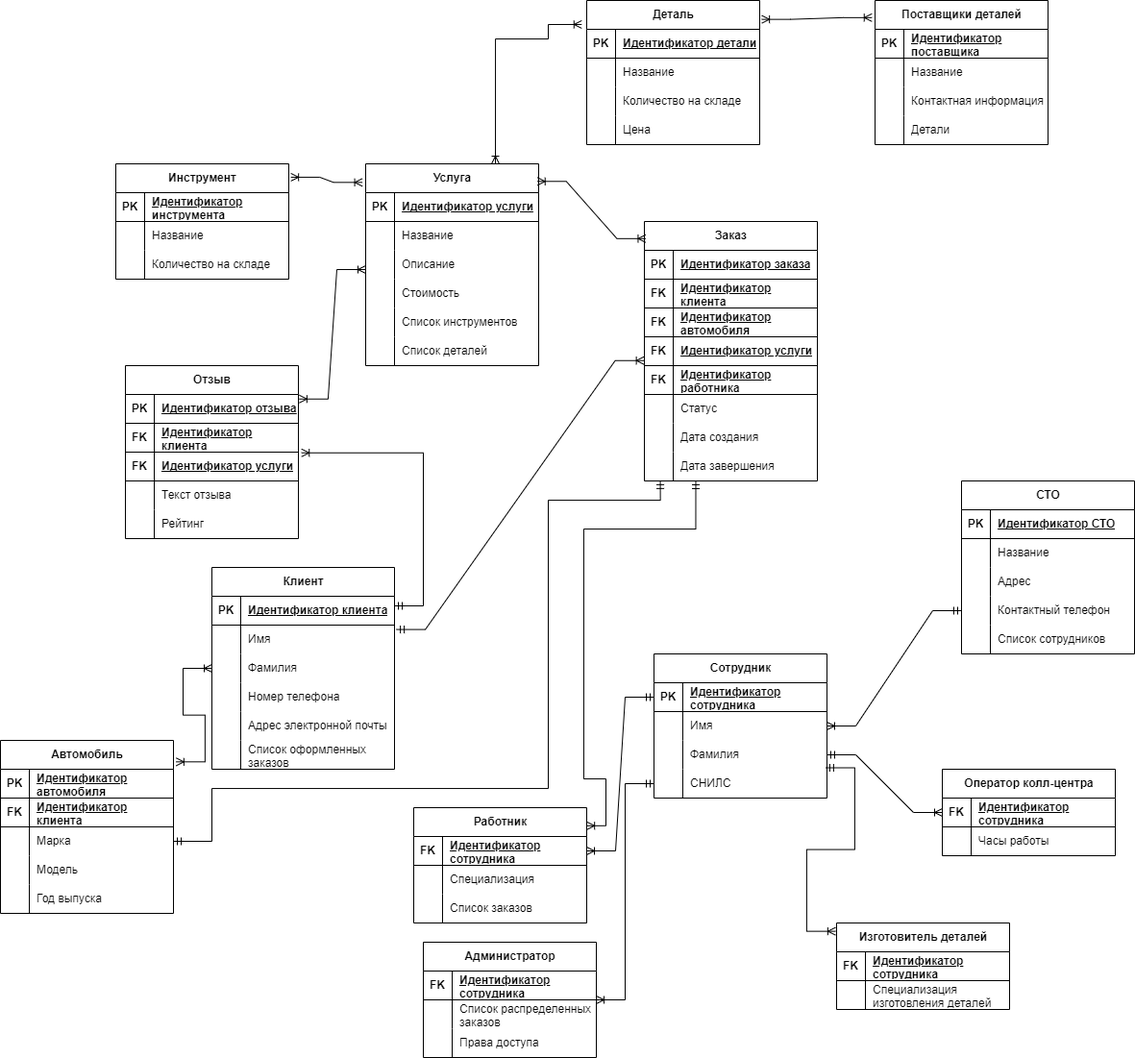
Before: Семестр 5/ИСБД/курсовая/этап2/infological.drawio.png, a diagram exported from draw.io (Ivanio1/itmo-3course). Source tidied: cells renumbered, new cells last; positions are measured from the earlier drawing's top-left corner, leaving out a move shared by most shapes.
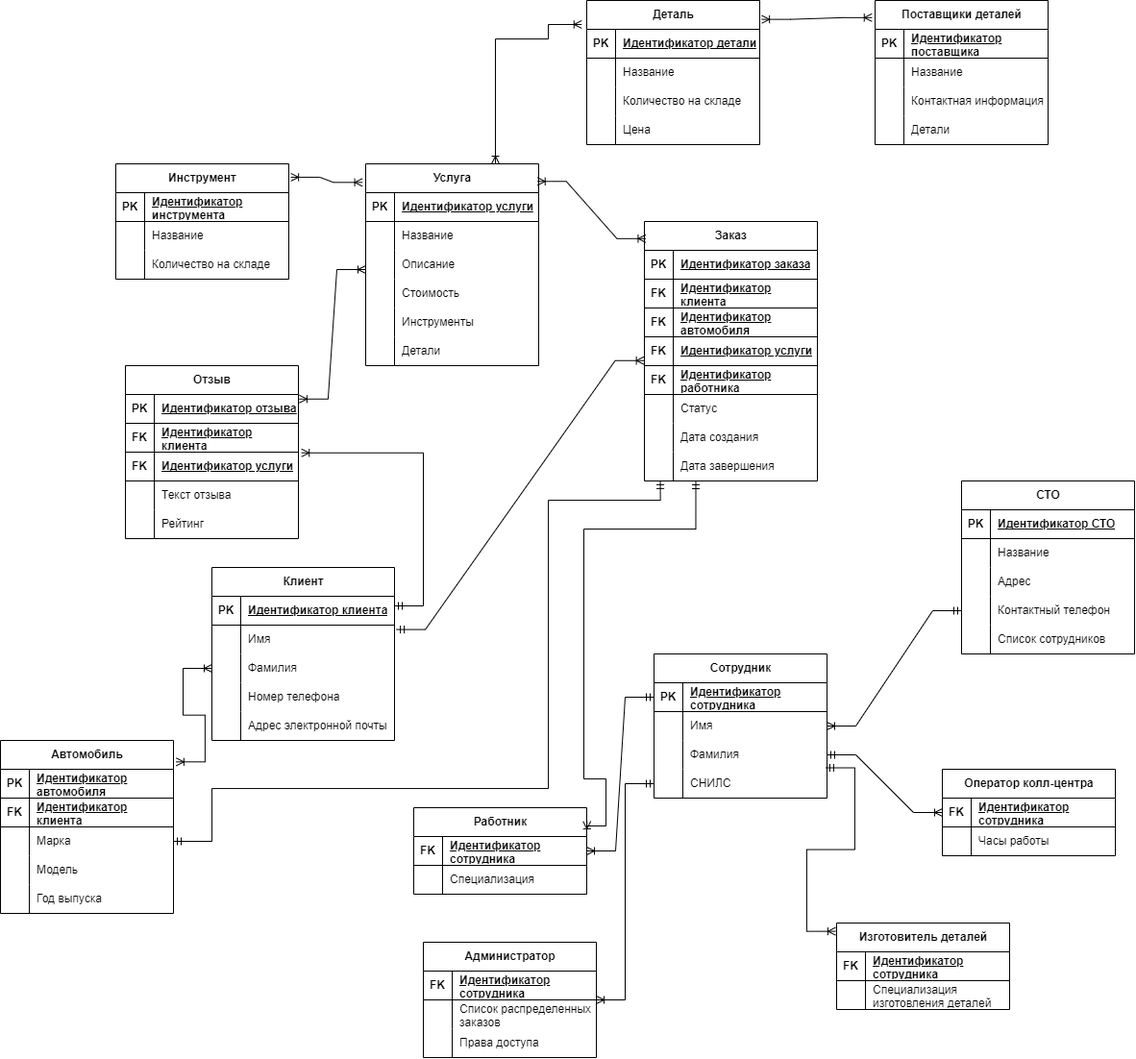
Later version of the same file.

Change to the diagram source:
```diff
@@ -42,7 +42,7 @@
       <mxGeometry x="30" width="150" height="30" as="geometry" />
     </mxCell>
     <mxCell id="15" value="Клиент" style="shape=table;startSize=30;rowLines=0;fontStyle=1;align=center;html=1;" parent="1" vertex="1">
-      <mxGeometry x="220" y="590" width="190" height="210" as="geometry" />
+      <mxGeometry x="220" y="590" width="190" height="180" as="geometry" />
     </mxCell>
     <mxCell id="16" style="shape=tableRow;horizontal=0;startSize=0;swimlaneHead=0;swimlaneBody=0;fillColor=none;top=0;left=0;right=0;bottom=1;" parent="15" vertex="1">
       <mxGeometry y="30" width="190" height="30" as="geometry" />
@@ -89,17 +89,8 @@
     <mxCell id="30" value="Адрес электронной почты" style="shape=partialRectangle;fillColor=none;top=0;left=0;bottom=0;right=0;align=left;spacingLeft=6;overflow=hidden;whiteSpace=wrap;html=1;" parent="28" vertex="1">
       <mxGeometry x="30" width="160" height="30" as="geometry" />
     </mxCell>
-    <mxCell id="31" style="shape=tableRow;horizontal=0;startSize=0;swimlaneHead=0;swimlaneBody=0;fillColor=none;top=0;left=0;right=0;bottom=0;" parent="15" vertex="1">
-      <mxGeometry y="180" width="190" height="30" as="geometry" />
-    </mxCell>
-    <mxCell id="32" style="shape=partialRectangle;fillColor=none;top=0;left=0;bottom=0;right=0;overflow=hidden;whiteSpace=wrap;html=1;" parent="31" vertex="1">
-      <mxGeometry width="30" height="30" as="geometry" />
-    </mxCell>
-    <mxCell id="33" value="Список оформленных заказов" style="shape=partialRectangle;fillColor=none;top=0;left=0;bottom=0;right=0;align=left;spacingLeft=6;overflow=hidden;whiteSpace=wrap;html=1;" parent="31" vertex="1">
-      <mxGeometry x="30" width="160" height="30" as="geometry" />
-    </mxCell>
     <mxCell id="34" value="Работник" style="shape=table;startSize=30;rowLines=0;fontStyle=1;align=center;html=1;" parent="1" vertex="1">
-      <mxGeometry x="430" y="840" width="180" height="120" as="geometry" />
+      <mxGeometry x="430" y="840" width="180" height="90" as="geometry" />
     </mxCell>
     <mxCell id="35" style="shape=tableRow;horizontal=0;startSize=0;swimlaneHead=0;swimlaneBody=0;fillColor=none;points=[[0,0.5],[1,0.5]];portConstraint=eastwest;top=0;left=0;right=0;bottom=1;" parent="34" vertex="1">
       <mxGeometry y="30" width="180" height="30" as="geometry" />
@@ -119,15 +110,6 @@
     <mxCell id="40" value="Специализация&lt;span id=&quot;docs-internal-guid-81fa8ec4-7fff-38d9-78bd-121a1038787f&quot;&gt;&lt;/span&gt;&lt;span id=&quot;docs-internal-guid-81fa8ec4-7fff-38d9-78bd-121a1038787f&quot;&gt;&lt;/span&gt;&lt;span id=&quot;docs-internal-guid-81fa8ec4-7fff-38d9-78bd-121a1038787f&quot;&gt;&lt;/span&gt;" style="shape=partialRectangle;fillColor=none;top=0;left=0;bottom=0;right=0;align=left;spacingLeft=6;overflow=hidden;whiteSpace=wrap;html=1;" parent="38" vertex="1">
       <mxGeometry x="30" width="150" height="30" as="geometry" />
     </mxCell>
-    <mxCell id="41" style="shape=tableRow;horizontal=0;startSize=0;swimlaneHead=0;swimlaneBody=0;fillColor=none;top=0;left=0;right=0;bottom=0;" parent="34" vertex="1">
-      <mxGeometry y="90" width="180" height="30" as="geometry" />
-    </mxCell>
-    <mxCell id="42" style="shape=partialRectangle;fillColor=none;top=0;left=0;bottom=0;right=0;overflow=hidden;whiteSpace=wrap;html=1;" parent="41" vertex="1">
-      <mxGeometry width="30" height="30" as="geometry" />
-    </mxCell>
-    <mxCell id="43" value="Список заказов" style="shape=partialRectangle;fillColor=none;top=0;left=0;bottom=0;right=0;align=left;spacingLeft=6;overflow=hidden;whiteSpace=wrap;html=1;" parent="41" vertex="1">
-      <mxGeometry x="30" width="150" height="30" as="geometry" />
-    </mxCell>
     <mxCell id="44" style="edgeStyle=entityRelationEdgeStyle;fontSize=12;html=1;endArrow=ERoneToMany;startArrow=ERmandOne;rounded=0;entryX=1;entryY=0.5;entryDx=0;entryDy=0;exitX=0;exitY=0.5;exitDx=0;exitDy=0;" parent="1" edge="1" source="3" target="35">
       <mxGeometry relative="1" as="geometry">
         <Array as="points">
@@ -551,7 +533,7 @@
     <mxCell id="163" style="shape=partialRectangle;fillColor=none;top=0;left=0;bottom=0;right=0;overflow=hidden;whiteSpace=wrap;html=1;" parent="162" vertex="1">
       <mxGeometry width="30" height="30" as="geometry" />
     </mxCell>
-    <mxCell id="164" value="Список инструментов" style="shape=partialRectangle;fillColor=none;top=0;left=0;bottom=0;right=0;align=left;spacingLeft=6;overflow=hidden;whiteSpace=wrap;html=1;" parent="162" vertex="1">
+    <mxCell id="164" value="Инструменты" style="shape=partialRectangle;fillColor=none;top=0;left=0;bottom=0;right=0;align=left;spacingLeft=6;overflow=hidden;whiteSpace=wrap;html=1;" parent="162" vertex="1">
       <mxGeometry x="30" width="150" height="30" as="geometry" />
     </mxCell>
     <mxCell id="165" style="shape=tableRow;horizontal=0;startSize=0;swimlaneHead=0;swimlaneBody=0;fillColor=none;top=0;left=0;right=0;bottom=0;" parent="149" vertex="1">
@@ -560,7 +542,7 @@
     <mxCell id="166" style="shape=partialRectangle;fillColor=none;top=0;left=0;bottom=0;right=0;overflow=hidden;whiteSpace=wrap;html=1;" parent="165" vertex="1">
       <mxGeometry width="30" height="30" as="geometry" />
     </mxCell>
-    <mxCell id="167" value="Список деталей" style="shape=partialRectangle;fillColor=none;top=0;left=0;bottom=0;right=0;align=left;spacingLeft=6;overflow=hidden;whiteSpace=wrap;html=1;" parent="165" vertex="1">
+    <mxCell id="167" value="Детали" style="shape=partialRectangle;fillColor=none;top=0;left=0;bottom=0;right=0;align=left;spacingLeft=6;overflow=hidden;whiteSpace=wrap;html=1;" parent="165" vertex="1">
       <mxGeometry x="30" width="150" height="30" as="geometry" />
     </mxCell>
     <mxCell id="168" style="edgeStyle=entityRelationEdgeStyle;fontSize=12;html=1;endArrow=ERoneToMany;startArrow=ERoneToMany;rounded=0;entryX=0.008;entryY=0.066;entryDx=0;entryDy=0;entryPerimeter=0;exitX=0.993;exitY=0.087;exitDx=0;exitDy=0;exitPerimeter=0;" parent="1" edge="1" source="149" target="123">
```
